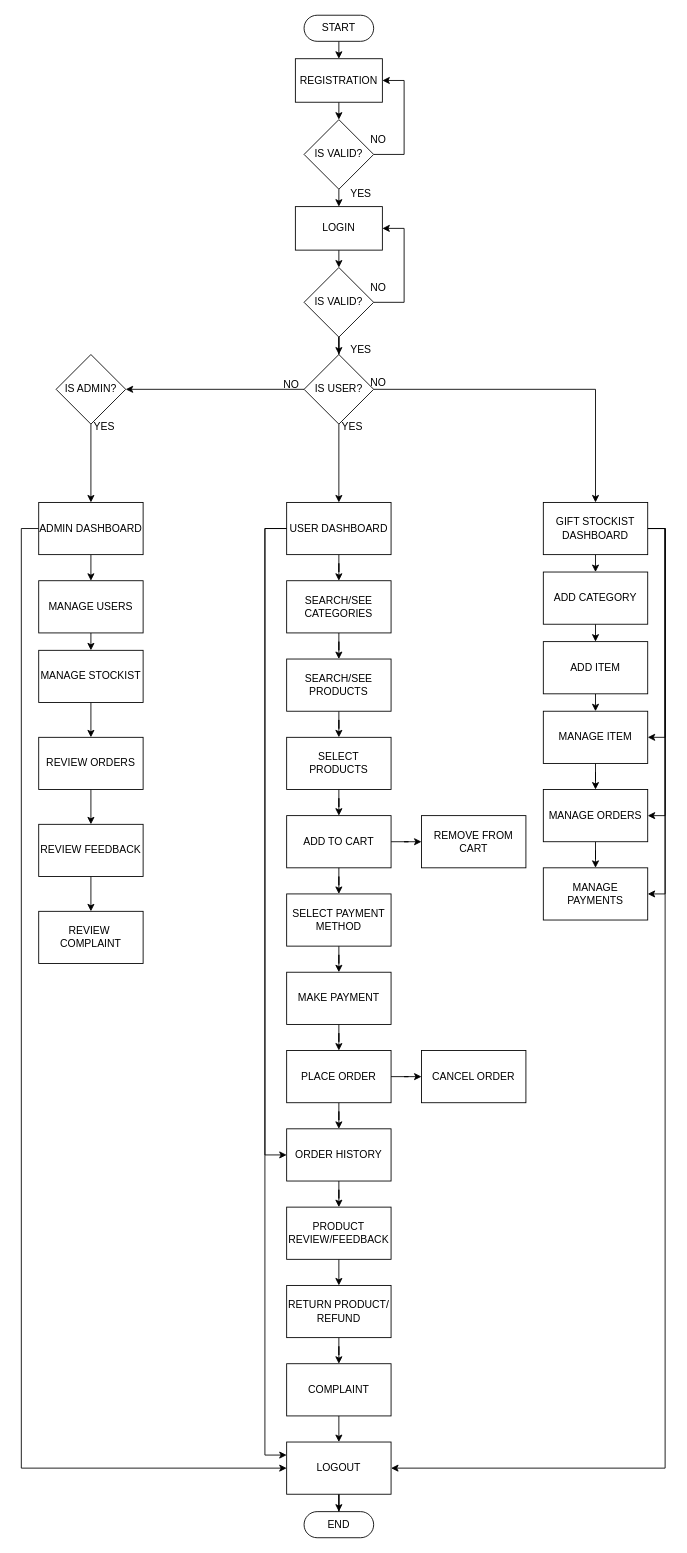
The draw.io diagram page "Flow Chart" (1 of 18) of _NewUsecase users (2).drawio in panchalbhavya2210/gift_documentation, before the edit. Source tidied: cells renumbered, new cells numbered last; positions are measured from the earlier drawing's top-left corner, leaving out a move shared by most shapes. Both pictures are drawn from the tidied source at 87%, with x=0, y=0 at pixel (38, 15).
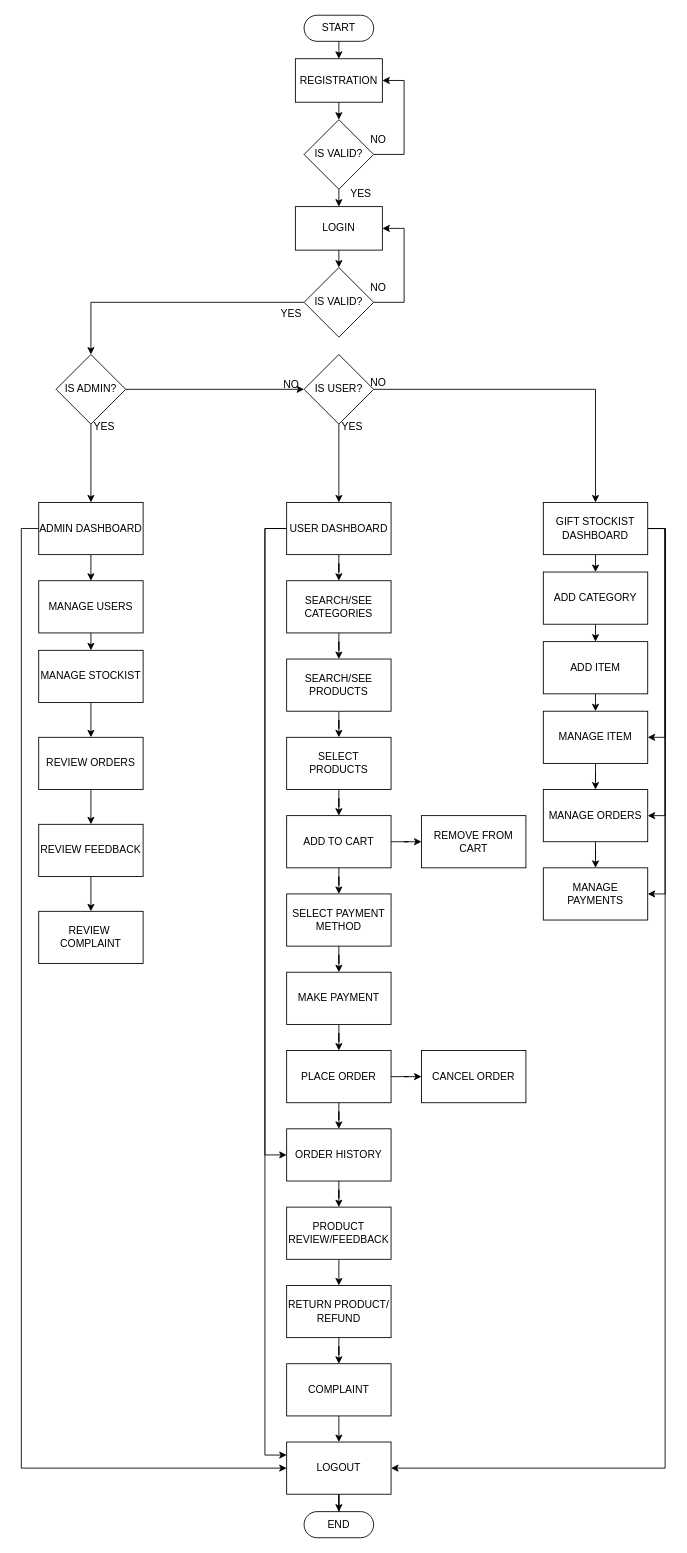
After the change.

Unchanged cells that the change refers to:
```xml
<mxCell id="15" value="IS VALID?" style="rhombus;whiteSpace=wrap;html=1;" parent="1" vertex="1">
  <mxGeometry x="305" y="290" width="80" height="80" as="geometry" />
</mxCell>
<mxCell id="19" value="IS USER?" style="rhombus;whiteSpace=wrap;html=1;" parent="1" vertex="1">
  <mxGeometry x="305" y="390" width="80" height="80" as="geometry" />
</mxCell>
<mxCell id="21" value="IS ADMIN?" style="rhombus;whiteSpace=wrap;html=1;" parent="1" vertex="1">
  <mxGeometry x="20" y="390" width="80" height="80" as="geometry" />
</mxCell>
```

The edit, as a diff of the source:
```diff
@@
-    <mxCell id="14" style="edgeStyle=orthogonalEdgeStyle;rounded=0;jettySize=auto;html=1;exitX=0.5;exitY=1;exitDx=0;exitDy=0;" parent="1" edge="1" source="15" target="19">
-      <mxGeometry relative="1" as="geometry" />
-    </mxCell>
+    <mxCell id="89" style="edgeStyle=orthogonalEdgeStyle;rounded=0;jettySize=auto;html=1;exitX=0;exitY=0.5;exitDx=0;exitDy=0;" parent="1" edge="1" source="15" target="21">
+      <mxGeometry relative="1" as="geometry" />
+    </mxCell>
@@
-    <mxCell id="16" style="edgeStyle=orthogonalEdgeStyle;rounded=0;jettySize=auto;html=1;exitX=0;exitY=0.5;exitDx=0;exitDy=0;entryX=1;entryY=0.5;entryDx=0;entryDy=0;" parent="1" edge="1" source="19" target="21">
+    <mxCell id="16" style="edgeStyle=orthogonalEdgeStyle;rounded=0;jettySize=auto;html=1;exitX=1;exitY=0.5;exitDx=0;exitDy=0;entryX=0;entryY=0.5;entryDx=0;entryDy=0;" parent="1" edge="1" source="21" target="19">
       <mxGeometry relative="1" as="geometry" />
     </mxCell>
@@
-    <mxCell id="23" value="YES" style="text;html=1;align=center;verticalAlign=middle;strokeColor=none;fillColor=none;" parent="1" vertex="1">
-      <mxGeometry x="345" y="370" width="50" height="30" as="geometry" />
-    </mxCell>
-    <mxCell id="24" value="NO" style="text;html=1;align=center;verticalAlign=middle;strokeColor=none;fillColor=none;" parent="1" vertex="1">
+    <mxCell id="24" value="NO" style="text;html=1;align=center;verticalAlign=middle;strokeColor=none;fillColor=none;rotation=0;" parent="1" vertex="1">
       <mxGeometry x="270" y="410" width="40" height="30" as="geometry" />
     </mxCell>
@@
+    <mxCell id="23" value="YES" style="text;html=1;align=center;verticalAlign=middle;strokeColor=none;fillColor=none;" parent="1" vertex="1">
+      <mxGeometry x="265" y="328" width="50" height="30" as="geometry" />
+    </mxCell>
```
